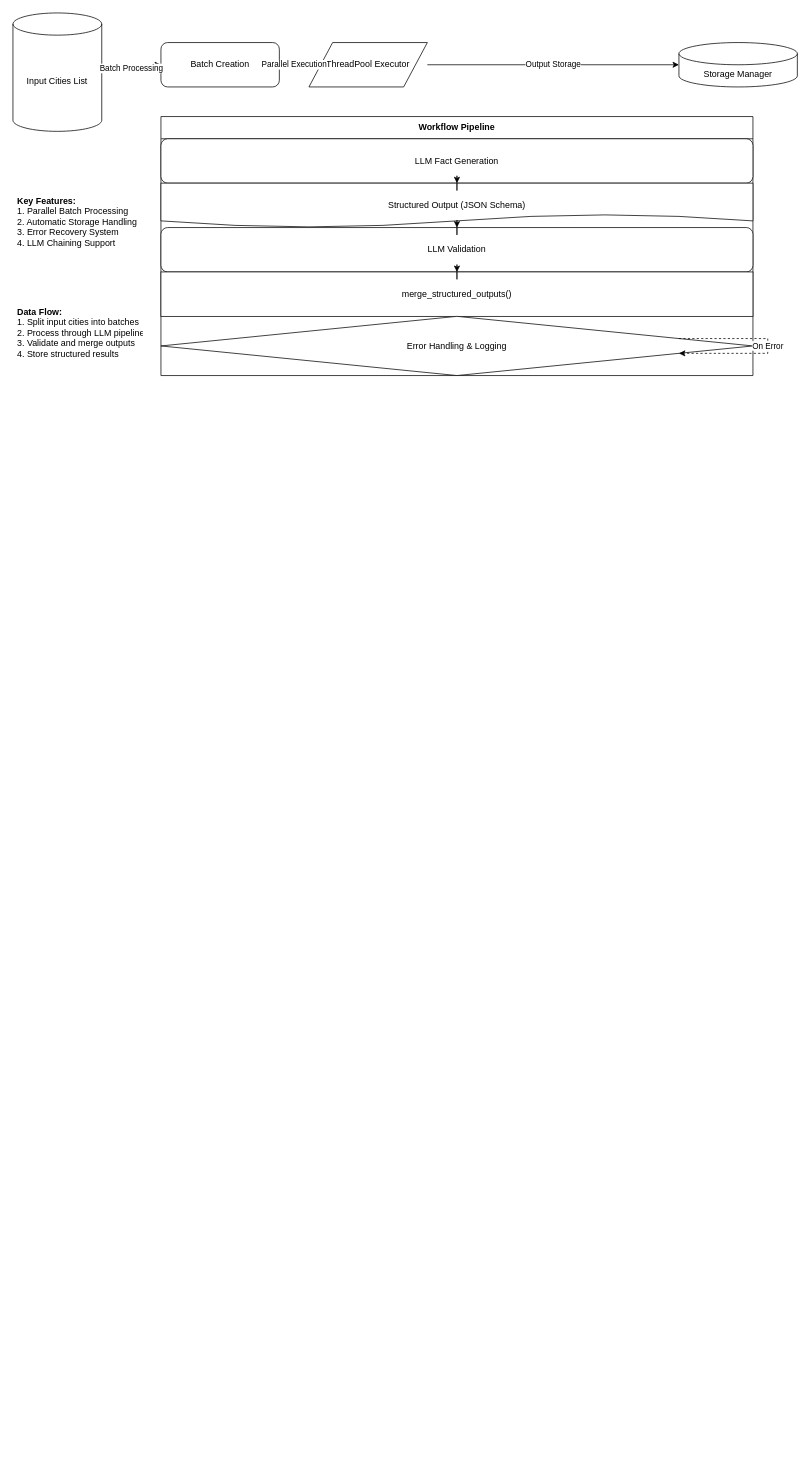
Above: page "Page-9" (9 of 9) of nyit/RApro/starfishAI/aacurtor.drawio in jjiang10-sv/nyitAge (draw.io), before the change. Source tidied: cells renumbered, new cells numbered last; positions are measured from the earlier drawing's top-left corner, leaving out a move shared by most shapes. Both pictures are drawn from the tidied source at 74%, with x=0, y=0 at pixel (13, 13).
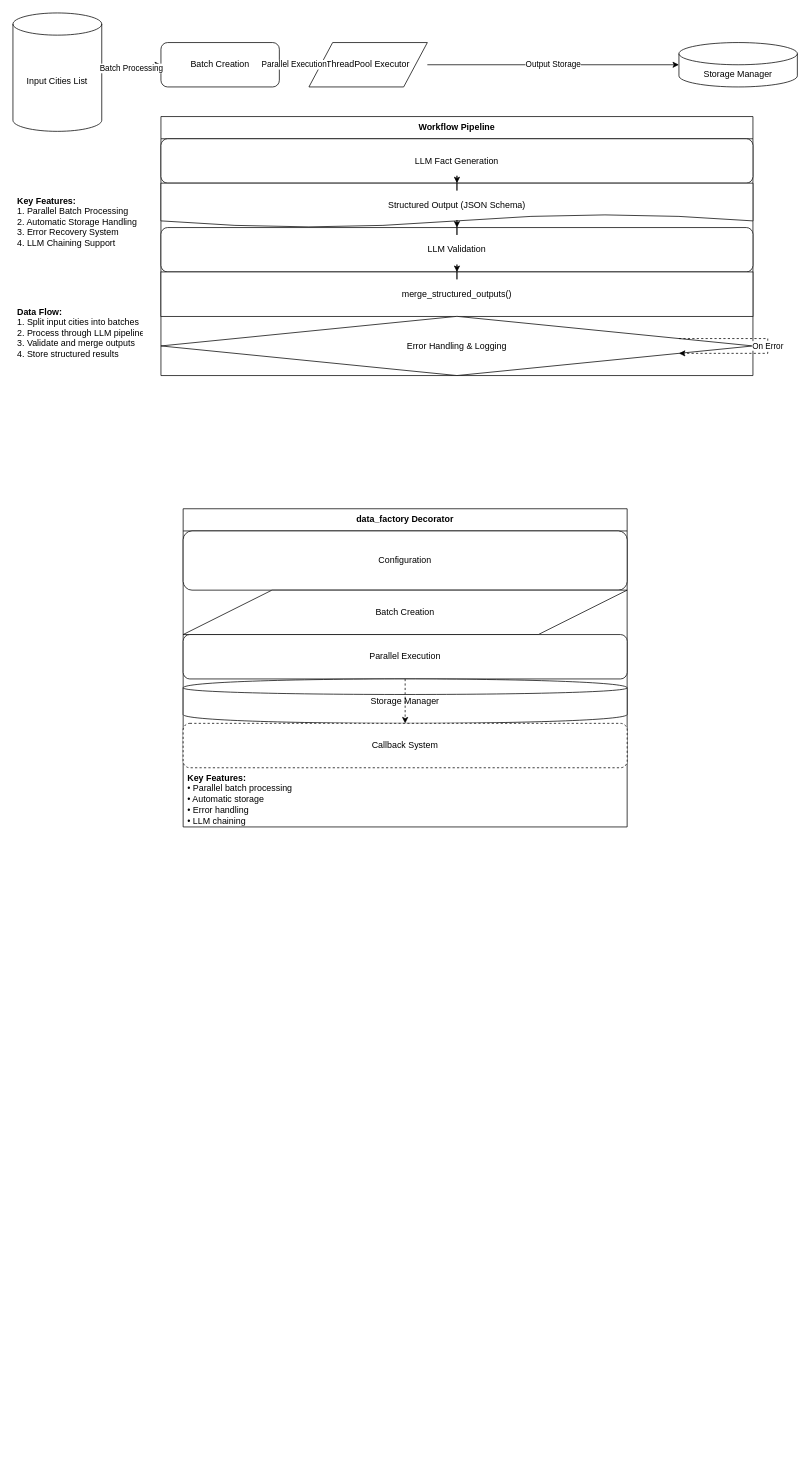
Above is the later version.

What changed in the source:
```diff
@@
+    <mxCell id="21" value="&#10;  &#10;    &#10;      &#10;        &#10;        &#10;        &#10;        &#10;          &#10;        &#10;&#10;        &#10;        &#10;          &#10;        &#10;&#10;        &#10;          &#10;        &#10;&#10;        &#10;        &#10;          &#10;        &#10;&#10;        &#10;          &#10;        &#10;&#10;        &#10;        &#10;          &#10;        &#10;&#10;        &#10;          &#10;        &#10;&#10;        &#10;        &#10;          &#10;        &#10;&#10;        &#10;          &#10;        &#10;&#10;        &#10;        &#10;          &#10;        &#10;&#10;        &#10;          &#10;        &#10;&#10;        &#10;        &#10;          &#10;        &#10;&#10;        &#10;        &#10;          &#10;        &#10;&#10;        &#10;          &#10;        &#10;&#10;        &#10;          &#10;        &#10;&#10;        &#10;          &#10;        &#10;&#10;        &#10;        &#10;          &#10;        &#10;      &#10;    &#10;  &#10;" style="text;whiteSpace=wrap;html=1;" parent="1" vertex="1">
+      <mxGeometry x="140" y="710" width="30" height="1250" as="geometry" />
+    </mxCell>
+    <mxCell id="22" value="&#10;  &#10;    &#10;      &#10;        &#10;        &#10;&#10;        &#10;        &#10;          &#10;        &#10;&#10;        &#10;        &#10;          &#10;        &#10;&#10;        &#10;          &#10;        &#10;      &#10;    &#10;  &#10;" style="text;whiteSpace=wrap;html=1;" parent="1" vertex="1">
+      <mxGeometry x="340" y="700" width="30" height="350" as="geometry" />
+    </mxCell>
+    <mxCell id="23" value="&#10;  &#10;    &#10;      &#10;        &#10;        &#10;        &#10;        &#10;          &#10;        &#10;&#10;        &#10;        &#10;          &#10;        &#10;&#10;        &#10;          &#10;        &#10;&#10;        &#10;        &#10;          &#10;        &#10;&#10;        &#10;          &#10;        &#10;&#10;        &#10;        &#10;          &#10;        &#10;&#10;        &#10;          &#10;        &#10;&#10;        &#10;        &#10;          &#10;        &#10;&#10;        &#10;          &#10;        &#10;&#10;        &#10;        &#10;          &#10;        &#10;&#10;        &#10;          &#10;        &#10;&#10;        &#10;        &#10;          &#10;        &#10;&#10;        &#10;        &#10;          &#10;        &#10;&#10;        &#10;          &#10;        &#10;&#10;        &#10;          &#10;        &#10;&#10;        &#10;          &#10;        &#10;&#10;        &#10;        &#10;          &#10;        &#10;      &#10;    &#10;  &#10;" style="text;whiteSpace=wrap;html=1;" parent="1" vertex="1">
+      <mxGeometry x="240" y="700" width="30" height="1250" as="geometry" />
+    </mxCell>
+    <mxCell id="24" value="data_factory Decorator" style="swimlane;fontStyle=1;align=center;verticalAlign=top;horizontal=1;startSize=30;" parent="1" vertex="1">
+      <mxGeometry x="230" y="670" width="600" height="430" as="geometry" />
+    </mxCell>
+    <mxCell id="25" value="Configuration" style="rounded=1;whiteSpace=wrap;html=1;" parent="24" vertex="1">
+      <mxGeometry y="30" width="600" height="80" as="geometry" />
+    </mxCell>
+    <mxCell id="26" value="Batch Creation" style="shape=parallelogram;whiteSpace=wrap;html=1;" parent="24" vertex="1">
+      <mxGeometry y="110" width="600" height="60" as="geometry" />
+    </mxCell>
+    <mxCell id="27" value="Parallel Execution" style="rounded=1;whiteSpace=wrap;html=1;" parent="24" vertex="1">
+      <mxGeometry y="170" width="600" height="60" as="geometry" />
+    </mxCell>
+    <mxCell id="28" value="Storage Manager" style="shape=cylinder;whiteSpace=wrap;html=1;" parent="24" vertex="1">
+      <mxGeometry y="230" width="600" height="60" as="geometry" />
+    </mxCell>
+    <mxCell id="29" value="Callback System" style="rounded=1;whiteSpace=wrap;html=1;dashed=1;" parent="24" vertex="1">
+      <mxGeometry y="290" width="600" height="60" as="geometry" />
+    </mxCell>
+    <mxCell id="30" style="edgeStyle=orthogonalEdgeStyle;rounded=0;html=1;entryX=0.5;entryY=0;exitX=0.5;exitY=1;" parent="24" edge="1" source="25" target="26">
+      <mxGeometry relative="1" as="geometry" />
+    </mxCell>
+    <mxCell id="31" style="edgeStyle=orthogonalEdgeStyle;rounded=0;html=1;entryX=0.5;entryY=0;exitX=0.5;exitY=1;" parent="24" edge="1" source="26" target="27">
+      <mxGeometry relative="1" as="geometry" />
+    </mxCell>
+    <mxCell id="32" style="edgeStyle=orthogonalEdgeStyle;rounded=0;html=1;entryX=0.5;entryY=0;exitX=0.5;exitY=1;" parent="24" edge="1" source="27" target="28">
+      <mxGeometry relative="1" as="geometry" />
+    </mxCell>
+    <mxCell id="33" style="edgeStyle=orthogonalEdgeStyle;rounded=0;html=1;dashed=1;" parent="24" edge="1" source="27" target="29">
+      <mxGeometry relative="1" as="geometry" />
+    </mxCell>
+    <mxCell id="34" value="&lt;b&gt;Key Features:&lt;/b&gt;&lt;br&gt;• Parallel batch processing&lt;br&gt;• Automatic storage&lt;br&gt;• Error handling&lt;br&gt;• LLM chaining" style="text;html=1;strokeColor=none;fillColor=none;align=left;verticalAlign=top;spacingLeft=4;spacingRight=4;overflow=hidden;" parent="24" vertex="1">
+      <mxGeometry y="350" width="600" height="80" as="geometry" />
+    </mxCell>
```
